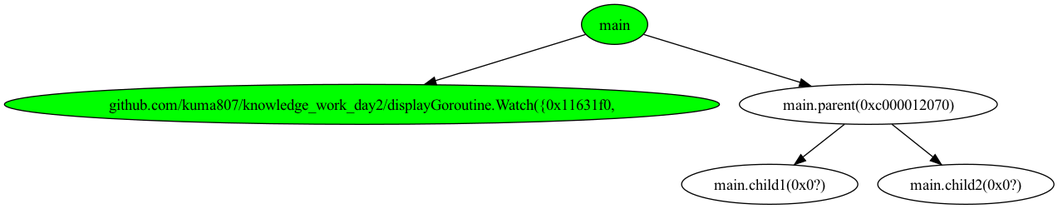
Earlier version of the Graphviz export main_testGoroutine/tree_6.png (kuma807/knowledge_work_day2). Its source is kept beside it as main_testGoroutine/tree_6.dot.
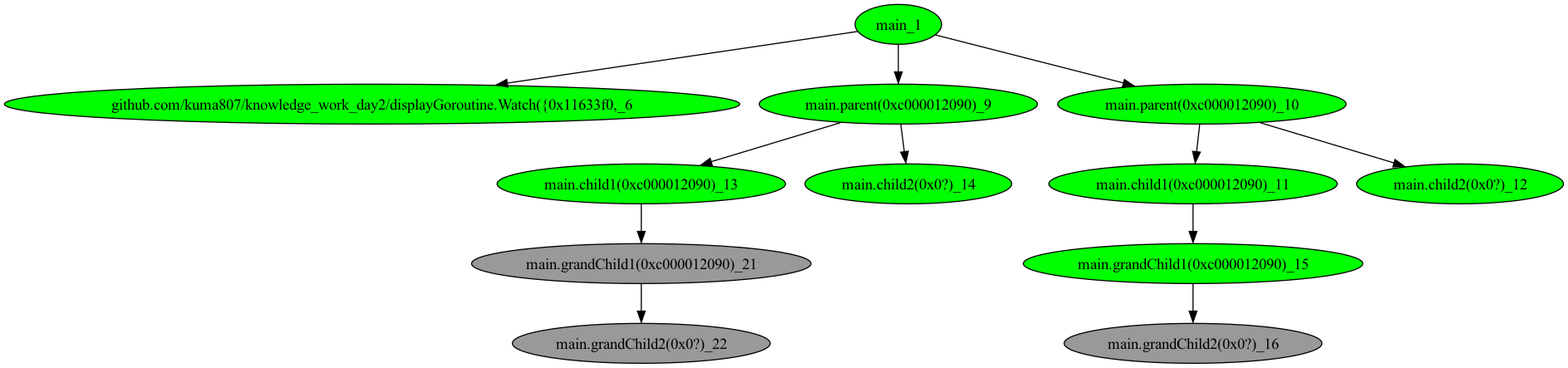
The same file after the commit.

Diff of the diagram source:
```diff
@@ -1,12 +1,26 @@
 digraph G {
-	"main"->"github.com/kuma807/knowledge_work_day2/displayGoroutine.Watch({0x11631f0,";
-	"main"->"main.parent(0xc000012070)";
-	"main.parent(0xc000012070)"->"main.child1(0x0?)";
-	"main.parent(0xc000012070)"->"main.child2(0x0?)";
-	"github.com/kuma807/knowledge_work_day2/displayGoroutine.Watch({0x11631f0," [ fillcolor="#00FF00", style="solid,filled" ];
-	"main" [ fillcolor="#00FF00", style="solid,filled" ];
-	"main.child1(0x0?)";
-	"main.child2(0x0?)";
-	"main.parent(0xc000012070)";
+	"main_1"->"github.com/kuma807/knowledge_work_day2/displayGoroutine.Watch({0x11633f0,_6";
+	"main_1"->"main.parent(0xc000012090)_9";
+	"main_1"->"main.parent(0xc000012090)_10";
+	"main.parent(0xc000012090)_10"->"main.child1(0xc000012090)_11";
+	"main.parent(0xc000012090)_10"->"main.child2(0x0?)_12";
+	"main.parent(0xc000012090)_9"->"main.child1(0xc000012090)_13";
+	"main.parent(0xc000012090)_9"->"main.child2(0x0?)_14";
+	"main.child1(0xc000012090)_11"->"main.grandChild1(0xc000012090)_15";
+	"main.grandChild1(0xc000012090)_15"->"main.grandChild2(0x0?)_16";
+	"main.child1(0xc000012090)_13"->"main.grandChild1(0xc000012090)_21";
+	"main.grandChild1(0xc000012090)_21"->"main.grandChild2(0x0?)_22";
+	"github.com/kuma807/knowledge_work_day2/displayGoroutine.Watch({0x11633f0,_6" [ fillcolor="#00FF00", style="solid,filled" ];
+	"main.child1(0xc000012090)_11" [ fillcolor="#00FF00", style="solid,filled" ];
+	"main.child1(0xc000012090)_13" [ fillcolor="#00FF00", style="solid,filled" ];
+	"main.child2(0x0?)_12" [ fillcolor="#00FF00", style="solid,filled" ];
+	"main.child2(0x0?)_14" [ fillcolor="#00FF00", style="solid,filled" ];
+	"main.grandChild1(0xc000012090)_15" [ fillcolor="#00FF00", style="solid,filled" ];
+	"main.grandChild1(0xc000012090)_21" [ fillcolor="#999999", style="solid,filled" ];
+	"main.grandChild2(0x0?)_16" [ fillcolor="#999999", style="solid,filled" ];
+	"main.grandChild2(0x0?)_22" [ fillcolor="#999999", style="solid,filled" ];
+	"main.parent(0xc000012090)_10" [ fillcolor="#00FF00", style="solid,filled" ];
+	"main.parent(0xc000012090)_9" [ fillcolor="#00FF00", style="solid,filled" ];
+	"main_1" [ fillcolor="#00FF00", style="solid,filled" ];
 
 }
```
